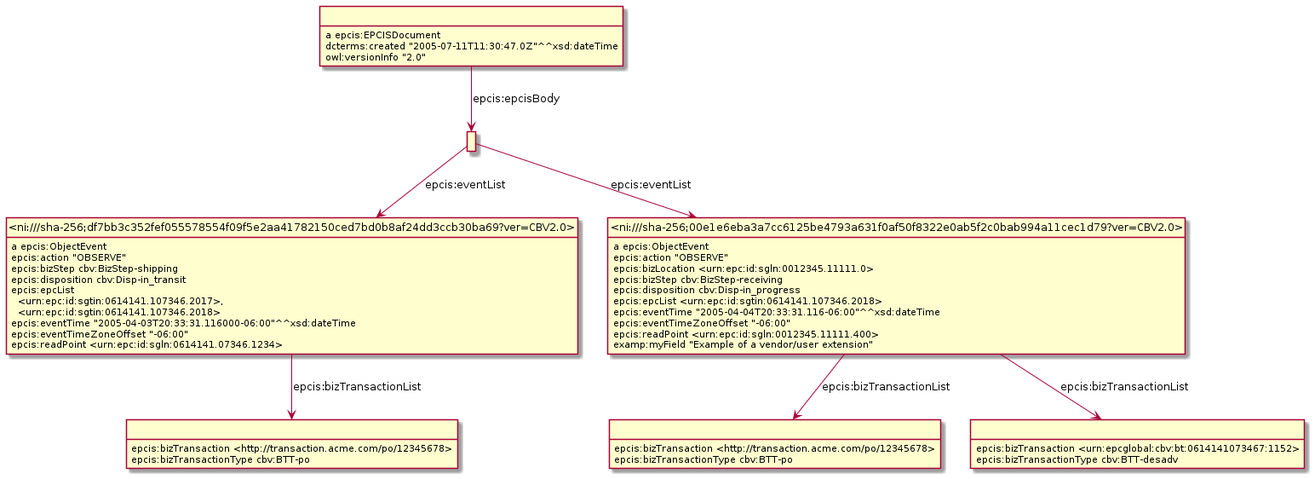
Above: Diagrams/Example_9.6.1-ObjectEvent.png in gs1/EPCIS (PlantUML), before the change.
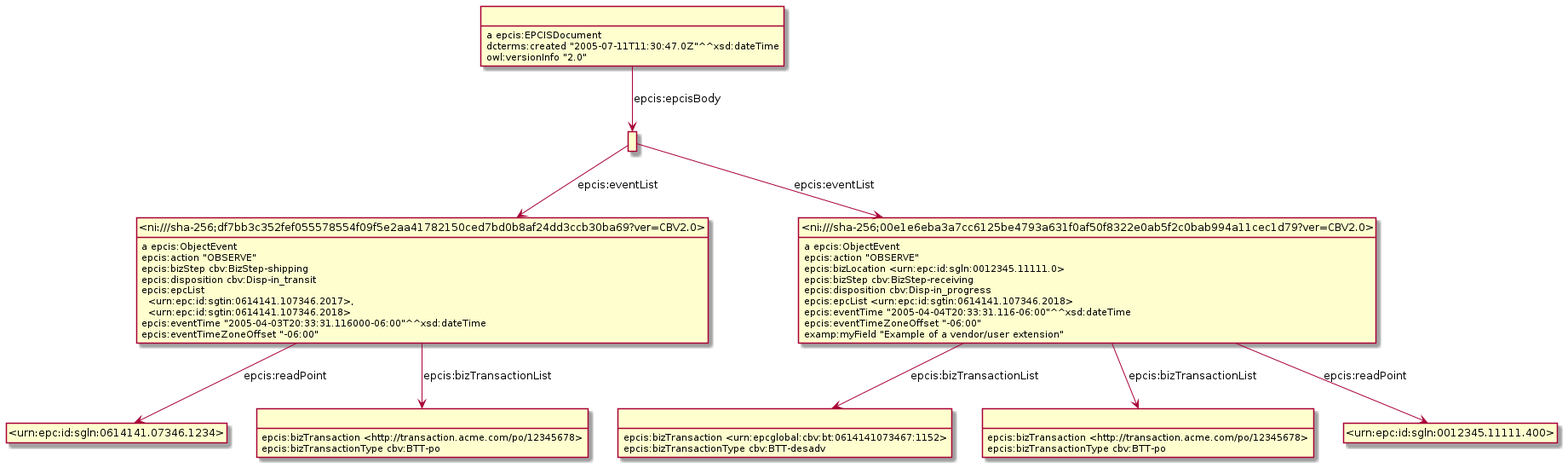
The same file after the commit.

What changed in the source:
```diff
@@ -3,21 +3,36 @@
 hide empty attributes
 hide circle
 skinparam classAttributeIconSize 0
-class _r1631889684r1_ as " "
 class _ni_sha_256_df7bb3c352fef055578554f09f5e2aa41782150ced7bd0b8af24dd3ccb30ba69_ver_CBV2_0_ as "<ni:///sha-256;df7bb3c352fef055578554f09f5e2aa41782150ced7bd0b8af24dd3ccb30ba69?ver=CBV2.0>"
-_r1631889684r1_ -down-> _ni_sha_256_df7bb3c352fef055578554f09f5e2aa41782150ced7bd0b8af24dd3ccb30ba69_ver_CBV2_0_ : epcis:eventList
+_ni_sha_256_df7bb3c352fef055578554f09f5e2aa41782150ced7bd0b8af24dd3ccb30ba69_ver_CBV2_0_ : a epcis:ObjectEvent
+class _urn_epc_id_sgln_0614141_07346_1234_ as "<urn:epc:id:sgln:0614141.07346.1234>"
+_ni_sha_256_df7bb3c352fef055578554f09f5e2aa41782150ced7bd0b8af24dd3ccb30ba69_ver_CBV2_0_ -down-> _urn_epc_id_sgln_0614141_07346_1234_ : epcis:readPoint
+class _r1632232122r4_ as " "
+_ni_sha_256_df7bb3c352fef055578554f09f5e2aa41782150ced7bd0b8af24dd3ccb30ba69_ver_CBV2_0_ -down-> _r1632232122r4_ : epcis:bizTransactionList
+_ni_sha_256_df7bb3c352fef055578554f09f5e2aa41782150ced7bd0b8af24dd3ccb30ba69_ver_CBV2_0_ : epcis:action "OBSERVE"
+_ni_sha_256_df7bb3c352fef055578554f09f5e2aa41782150ced7bd0b8af24dd3ccb30ba69_ver_CBV2_0_ : epcis:bizStep cbv:BizStep-shipping
+_ni_sha_256_df7bb3c352fef055578554f09f5e2aa41782150ced7bd0b8af24dd3ccb30ba69_ver_CBV2_0_ : epcis:disposition cbv:Disp-in_transit
+_ni_sha_256_df7bb3c352fef055578554f09f5e2aa41782150ced7bd0b8af24dd3ccb30ba69_ver_CBV2_0_ : epcis:epcList\n  <urn:epc:id:sgtin:0614141.107346.2017>,\n  <urn:epc:id:sgtin:0614141.107346.2018>
+_ni_sha_256_df7bb3c352fef055578554f09f5e2aa41782150ced7bd0b8af24dd3ccb30ba69_ver_CBV2_0_ : epcis:eventTime "2005-04-03T20:33:31.116000-06:00"^^xsd:dateTime
+_ni_sha_256_df7bb3c352fef055578554f09f5e2aa41782150ced7bd0b8af24dd3ccb30ba69_ver_CBV2_0_ : epcis:eventTimeZoneOffset "-06:00"
+class _r1632232122r2_ as " "
+_r1632232122r2_ : epcis:bizTransaction <urn:epcglobal:cbv:bt:0614141073467:1152>
+_r1632232122r2_ : epcis:bizTransactionType cbv:BTT-desadv
+class _r1632232122r3_ as " "
+_r1632232122r3_ : epcis:bizTransaction <http://transaction.acme.com/po/12345678>
+_r1632232122r3_ : epcis:bizTransactionType cbv:BTT-po
+class _r1632232122r0_ as " "
+_r1632232122r0_ : a epcis:EPCISDocument
+class _r1632232122r1_ as " "
+_r1632232122r0_ -down-> _r1632232122r1_ : epcis:epcisBody
+_r1632232122r0_ : dcterms:created "2005-07-11T11:30:47.0Z"^^xsd:dateTime
+_r1632232122r0_ : owl:versionInfo "2.0"
 class _ni_sha_256_00e1e6eba3a7cc6125be4793a631f0af50f8322e0ab5f2c0bab994a11cec1d79_ver_CBV2_0_ as "<ni:///sha-256;00e1e6eba3a7cc6125be4793a631f0af50f8322e0ab5f2c0bab994a11cec1d79?ver=CBV2.0>"
-_r1631889684r1_ -down-> _ni_sha_256_00e1e6eba3a7cc6125be4793a631f0af50f8322e0ab5f2c0bab994a11cec1d79_ver_CBV2_0_ : epcis:eventList
-class _r1631889684r0_ as " "
-_r1631889684r0_ : a epcis:EPCISDocument
-_r1631889684r0_ -down-> _r1631889684r1_ : epcis:epcisBody
-_r1631889684r0_ : dcterms:created "2005-07-11T11:30:47.0Z"^^xsd:dateTime
-_r1631889684r0_ : owl:versionInfo "2.0"
 _ni_sha_256_00e1e6eba3a7cc6125be4793a631f0af50f8322e0ab5f2c0bab994a11cec1d79_ver_CBV2_0_ : a epcis:ObjectEvent
-class _r1631889684r3_ as " "
-_ni_sha_256_00e1e6eba3a7cc6125be4793a631f0af50f8322e0ab5f2c0bab994a11cec1d79_ver_CBV2_0_ -down-> _r1631889684r3_ : epcis:bizTransactionList
-class _r1631889684r2_ as " "
-_ni_sha_256_00e1e6eba3a7cc6125be4793a631f0af50f8322e0ab5f2c0bab994a11cec1d79_ver_CBV2_0_ -down-> _r1631889684r2_ : epcis:bizTransactionList
+class _urn_epc_id_sgln_0012345_11111_400_ as "<urn:epc:id:sgln:0012345.11111.400>"
+_ni_sha_256_00e1e6eba3a7cc6125be4793a631f0af50f8322e0ab5f2c0bab994a11cec1d79_ver_CBV2_0_ -down-> _urn_epc_id_sgln_0012345_11111_400_ : epcis:readPoint
+_ni_sha_256_00e1e6eba3a7cc6125be4793a631f0af50f8322e0ab5f2c0bab994a11cec1d79_ver_CBV2_0_ -down-> _r1632232122r3_ : epcis:bizTransactionList
+_ni_sha_256_00e1e6eba3a7cc6125be4793a631f0af50f8322e0ab5f2c0bab994a11cec1d79_ver_CBV2_0_ -down-> _r1632232122r2_ : epcis:bizTransactionList
 _ni_sha_256_00e1e6eba3a7cc6125be4793a631f0af50f8322e0ab5f2c0bab994a11cec1d79_ver_CBV2_0_ : epcis:action "OBSERVE"
 _ni_sha_256_00e1e6eba3a7cc6125be4793a631f0af50f8322e0ab5f2c0bab994a11cec1d79_ver_CBV2_0_ : epcis:bizLocation <urn:epc:id:sgln:0012345.11111.0>
 _ni_sha_256_00e1e6eba3a7cc6125be4793a631f0af50f8322e0ab5f2c0bab994a11cec1d79_ver_CBV2_0_ : epcis:bizStep cbv:BizStep-receiving
@@ -25,22 +40,9 @@
 _ni_sha_256_00e1e6eba3a7cc6125be4793a631f0af50f8322e0ab5f2c0bab994a11cec1d79_ver_CBV2_0_ : epcis:epcList <urn:epc:id:sgtin:0614141.107346.2018>
 _ni_sha_256_00e1e6eba3a7cc6125be4793a631f0af50f8322e0ab5f2c0bab994a11cec1d79_ver_CBV2_0_ : epcis:eventTime "2005-04-04T20:33:31.116-06:00"^^xsd:dateTime
 _ni_sha_256_00e1e6eba3a7cc6125be4793a631f0af50f8322e0ab5f2c0bab994a11cec1d79_ver_CBV2_0_ : epcis:eventTimeZoneOffset "-06:00"
-_ni_sha_256_00e1e6eba3a7cc6125be4793a631f0af50f8322e0ab5f2c0bab994a11cec1d79_ver_CBV2_0_ : epcis:readPoint <urn:epc:id:sgln:0012345.11111.400>
 _ni_sha_256_00e1e6eba3a7cc6125be4793a631f0af50f8322e0ab5f2c0bab994a11cec1d79_ver_CBV2_0_ : examp:myField "Example of a vendor/user extension"
-_r1631889684r3_ : epcis:bizTransaction <http://transaction.acme.com/po/12345678>
-_r1631889684r3_ : epcis:bizTransactionType cbv:BTT-po
-_ni_sha_256_df7bb3c352fef055578554f09f5e2aa41782150ced7bd0b8af24dd3ccb30ba69_ver_CBV2_0_ : a epcis:ObjectEvent
-class _r1631889684r4_ as " "
-_ni_sha_256_df7bb3c352fef055578554f09f5e2aa41782150ced7bd0b8af24dd3ccb30ba69_ver_CBV2_0_ -down-> _r1631889684r4_ : epcis:bizTransactionList
-_ni_sha_256_df7bb3c352fef055578554f09f5e2aa41782150ced7bd0b8af24dd3ccb30ba69_ver_CBV2_0_ : epcis:action "OBSERVE"
-_ni_sha_256_df7bb3c352fef055578554f09f5e2aa41782150ced7bd0b8af24dd3ccb30ba69_ver_CBV2_0_ : epcis:bizStep cbv:BizStep-shipping
-_ni_sha_256_df7bb3c352fef055578554f09f5e2aa41782150ced7bd0b8af24dd3ccb30ba69_ver_CBV2_0_ : epcis:disposition cbv:Disp-in_transit
-_ni_sha_256_df7bb3c352fef055578554f09f5e2aa41782150ced7bd0b8af24dd3ccb30ba69_ver_CBV2_0_ : epcis:epcList\n  <urn:epc:id:sgtin:0614141.107346.2017>,\n  <urn:epc:id:sgtin:0614141.107346.2018>
-_ni_sha_256_df7bb3c352fef055578554f09f5e2aa41782150ced7bd0b8af24dd3ccb30ba69_ver_CBV2_0_ : epcis:eventTime "2005-04-03T20:33:31.116000-06:00"^^xsd:dateTime
-_ni_sha_256_df7bb3c352fef055578554f09f5e2aa41782150ced7bd0b8af24dd3ccb30ba69_ver_CBV2_0_ : epcis:eventTimeZoneOffset "-06:00"
-_ni_sha_256_df7bb3c352fef055578554f09f5e2aa41782150ced7bd0b8af24dd3ccb30ba69_ver_CBV2_0_ : epcis:readPoint <urn:epc:id:sgln:0614141.07346.1234>
-_r1631889684r2_ : epcis:bizTransaction <urn:epcglobal:cbv:bt:0614141073467:1152>
-_r1631889684r2_ : epcis:bizTransactionType cbv:BTT-desadv
-_r1631889684r4_ : epcis:bizTransaction <http://transaction.acme.com/po/12345678>
-_r1631889684r4_ : epcis:bizTransactionType cbv:BTT-po
+_r1632232122r1_ -down-> _ni_sha_256_df7bb3c352fef055578554f09f5e2aa41782150ced7bd0b8af24dd3ccb30ba69_ver_CBV2_0_ : epcis:eventList
+_r1632232122r1_ -down-> _ni_sha_256_00e1e6eba3a7cc6125be4793a631f0af50f8322e0ab5f2c0bab994a11cec1d79_ver_CBV2_0_ : epcis:eventList
+_r1632232122r4_ : epcis:bizTransaction <http://transaction.acme.com/po/12345678>
+_r1632232122r4_ : epcis:bizTransactionType cbv:BTT-po
 @enduml
```
